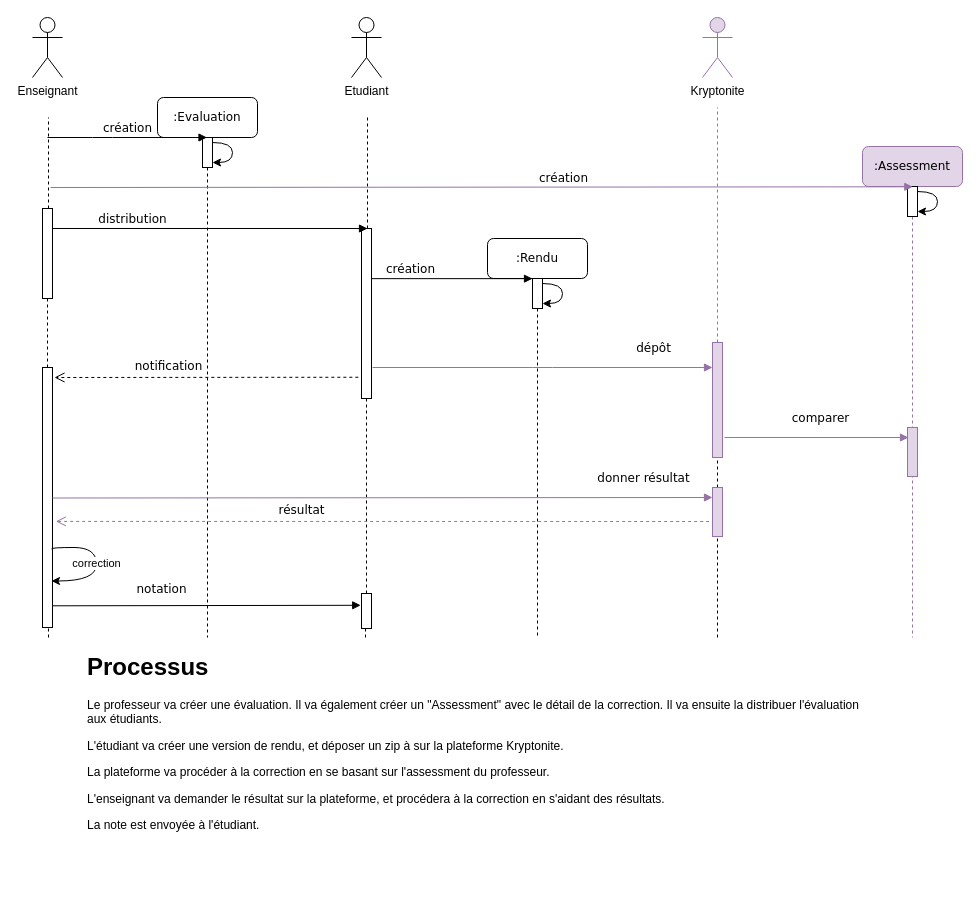
Above: page "Diagramme de séquence - Après Kryptonite" (3 of 3) of Diagrams.drawio in kasahiti/Kryptonite (draw.io), before the change. Source tidied: cells renumbered, new cells numbered last; positions are measured from the earlier drawing's top-left corner, leaving out a move shared by most shapes. Both pictures are drawn from the tidied source at 100%, with x=0, y=0 at pixel (32, 17).
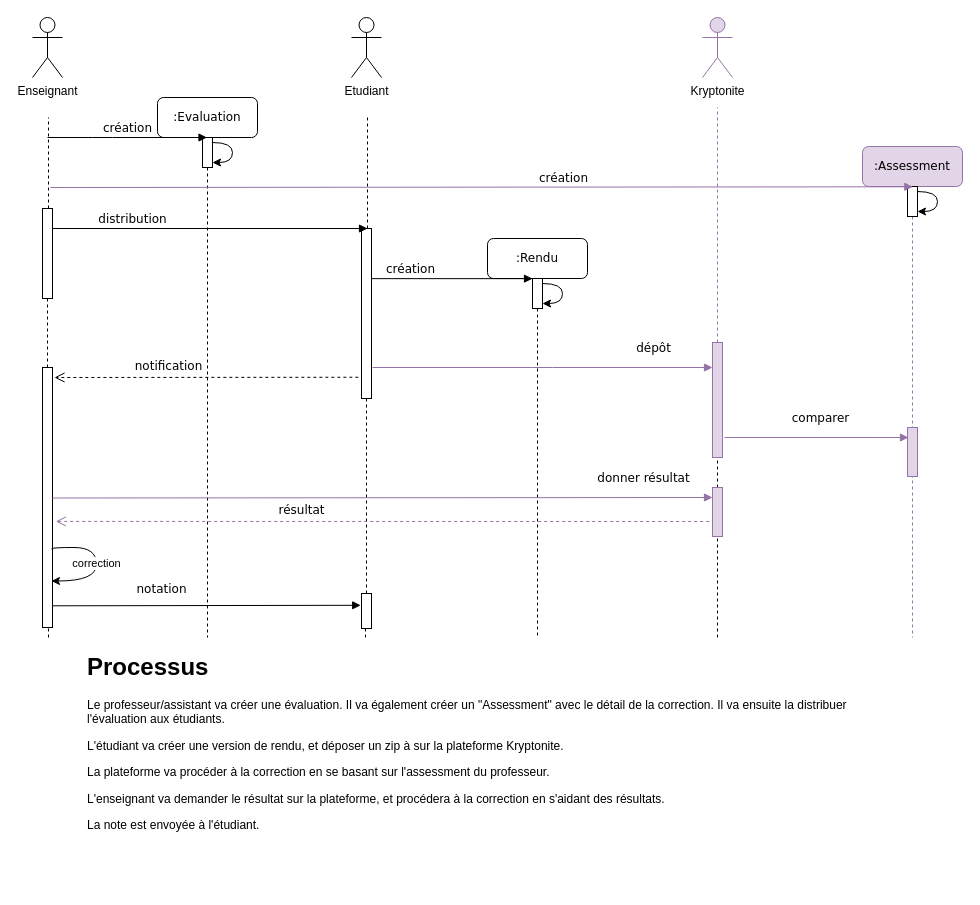
Above is the later version.

The edit, as a diff of the source:
```diff
@@
-    <mxCell id="24" value="&lt;h1&gt;Processus&lt;/h1&gt;&lt;p&gt;Le professeur va créer une évaluation. Il va également créer un &quot;Assessment&quot; avec le détail de la correction. Il va ensuite la distribuer l'évaluation aux étudiants.&lt;/p&gt;&lt;p&gt;L'étudiant va créer une version de rendu, et déposer un zip à sur la plateforme Kryptonite.&lt;/p&gt;&lt;p&gt;La plateforme va procéder à la correction en se basant sur l'assessment du professeur.&lt;/p&gt;&lt;p&gt;L'enseignant va demander le résultat sur la plateforme, et procédera à la correction en s'aidant des résultats.&lt;/p&gt;&lt;p&gt;&lt;span style=&quot;background-color: initial;&quot;&gt;La note est envoyée à l'étudiant.&lt;/span&gt;&lt;br&gt;&lt;/p&gt;" style="text;html=1;strokeColor=none;fillColor=none;spacing=5;spacingTop=-20;whiteSpace=wrap;overflow=hidden;rounded=0;" parent="1" vertex="1">
+    <mxCell id="24" value="&lt;h1&gt;Processus&lt;/h1&gt;&lt;p&gt;Le professeur/assistant va créer une évaluation. Il va également créer un &quot;Assessment&quot; avec le détail de la correction. Il va ensuite la distribuer l'évaluation aux étudiants.&lt;/p&gt;&lt;p&gt;L'étudiant va créer une version de rendu, et déposer un zip à sur la plateforme Kryptonite.&lt;/p&gt;&lt;p&gt;La plateforme va procéder à la correction en se basant sur l'assessment du professeur.&lt;/p&gt;&lt;p&gt;L'enseignant va demander le résultat sur la plateforme, et procédera à la correction en s'aidant des résultats.&lt;/p&gt;&lt;p&gt;&lt;span style=&quot;background-color: initial;&quot;&gt;La note est envoyée à l'étudiant.&lt;/span&gt;&lt;br&gt;&lt;/p&gt;" style="text;html=1;strokeColor=none;fillColor=none;spacing=5;spacingTop=-20;whiteSpace=wrap;overflow=hidden;rounded=0;" parent="1" vertex="1">
       <mxGeometry x="50" y="630" width="801" height="240" as="geometry" />
     </mxCell>
```
